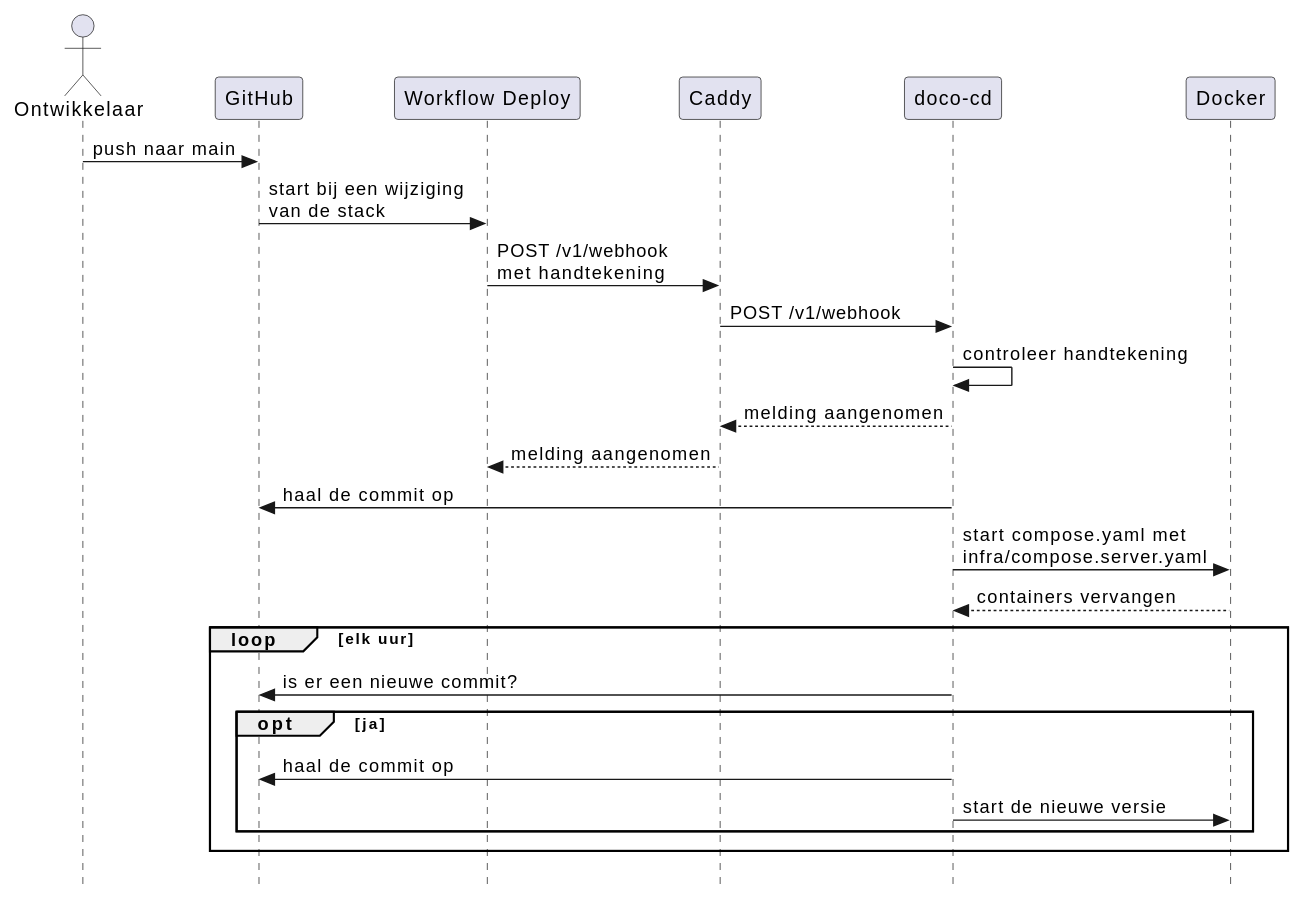
Above: docs/diagrams/uitrol-sequence.svg in HAN-Craftsmanship-KL-JJG/casus (PlantUML), before the change.
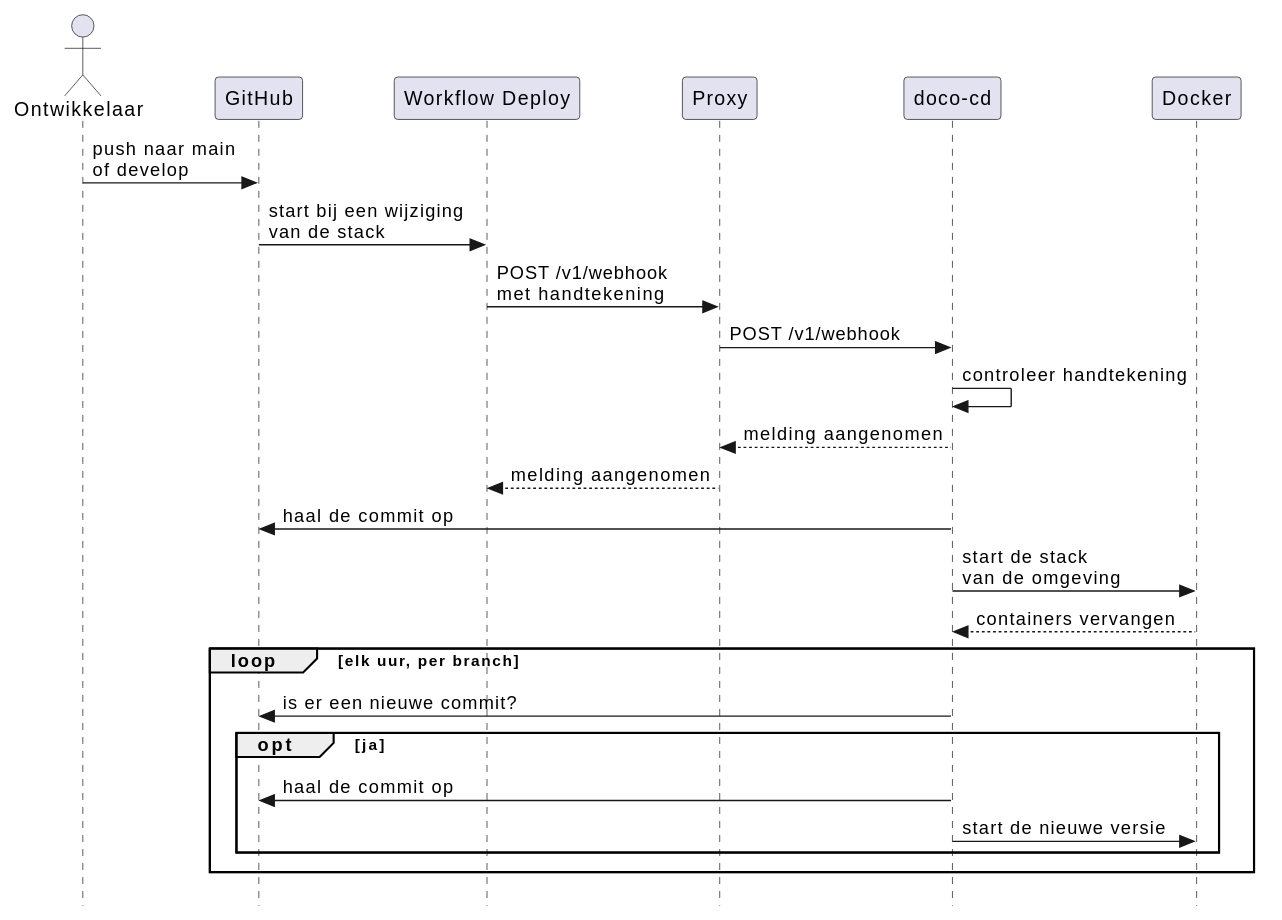
After the change.

Commit message:
docs: describe the two environments and the proxy

Change to the diagram source:
```diff
@@ -6,22 +6,22 @@
 actor Ontwikkelaar as dev
 participant GitHub as github
 participant "Workflow Deploy" as workflow
-participant Caddy as caddy
+participant Proxy as proxy
 participant "doco-cd" as dococd
 participant Docker as docker
 
-dev -> github : push naar main
+dev -> github : push naar main\nof develop
 github -> workflow : start bij een wijziging\nvan de stack
-workflow -> caddy : POST /v1/webhook\nmet handtekening
-caddy -> dococd : POST /v1/webhook
+workflow -> proxy : POST /v1/webhook\nmet handtekening
+proxy -> dococd : POST /v1/webhook
 dococd -> dococd : controleer handtekening
-dococd --> caddy : melding aangenomen
-caddy --> workflow : melding aangenomen
+dococd --> proxy : melding aangenomen
+proxy --> workflow : melding aangenomen
 dococd -> github : haal de commit op
-dococd -> docker : start compose.yaml met\ninfra/compose.server.yaml
+dococd -> docker : start de stack\nvan de omgeving
 docker --> dococd : containers vervangen
 
-loop elk uur
+loop elk uur, per branch
   dococd -> github : is er een nieuwe commit?
   opt ja
     dococd -> github : haal de commit op
```
